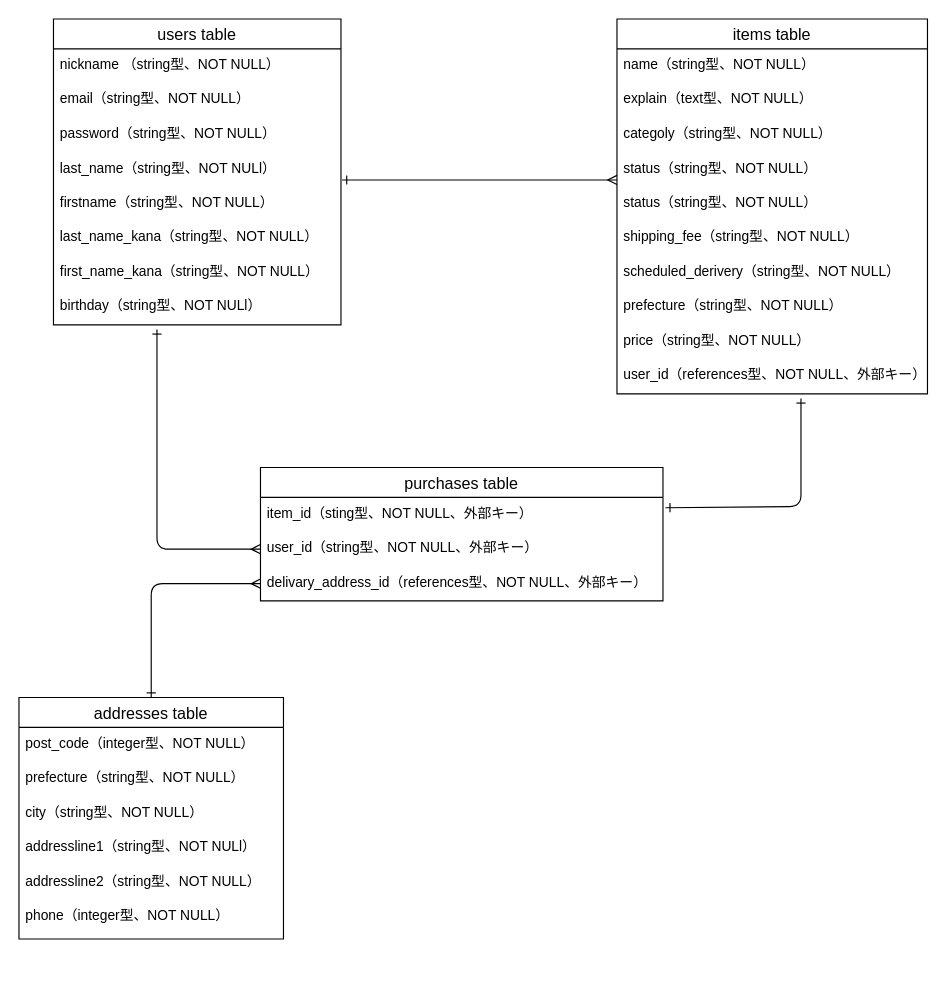
This is furima-ER.dio from wataru5354/furima-37692, a draw.io file, before an edit. Source tidied: cells renumbered, new cells numbered last; positions are measured from the earlier drawing's top-left corner, leaving out a move shared by most shapes. Both pictures are drawn from the tidied source at 115%, with x=0, y=0 at pixel (18, 18).
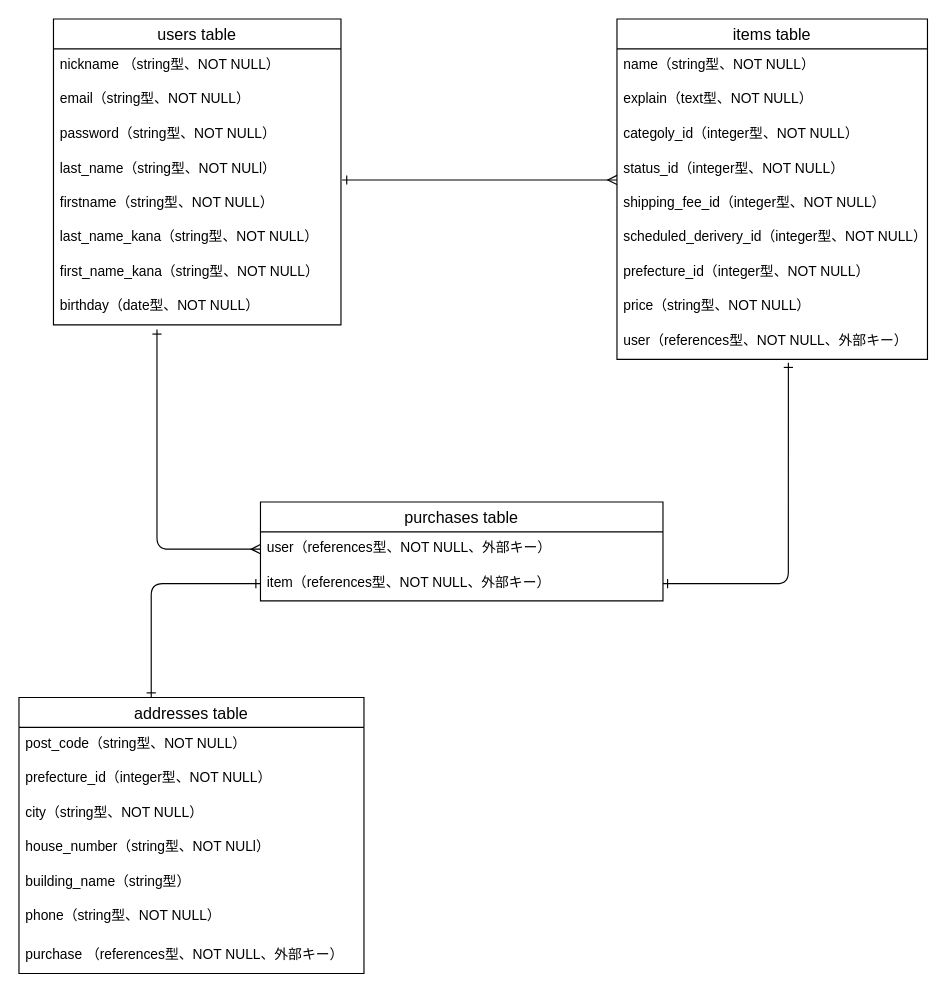
The same page after the edit.

Commit message (it also covers changes not shown here):
ER図とデータベース設計の再修正

The change refers to these unchanged cells:
```xml
<mxCell id="2" value="users table" style="swimlane;fontStyle=0;horizontal=1;startSize=26;align=center;fontSize=14;" parent="1" vertex="1">
  <mxGeometry x="30" width="250" height="266" as="geometry" />
</mxCell>
<mxCell id="6" value="last_name（string型、NOT NULl）" style="text;strokeColor=none;fillColor=none;spacingLeft=4;spacingRight=4;overflow=hidden;points=[[0,0.5],[1,0.5]];portConstraint=eastwest;fontSize=12;" parent="2" vertex="1">
  <mxGeometry y="116" width="250" height="30" as="geometry" />
</mxCell>
```

Change to the diagram source:
```diff
@@
-    <mxCell id="10" value="birthday（string型、NOT NULl）" style="text;strokeColor=none;fillColor=none;spacingLeft=4;spacingRight=4;overflow=hidden;fontSize=12;" parent="2" vertex="1">
+    <mxCell id="10" value="birthday（date型、NOT NULL）" style="text;strokeColor=none;fillColor=none;spacingLeft=4;spacingRight=4;overflow=hidden;fontSize=12;" parent="2" vertex="1">
       <mxGeometry y="236" width="250" height="30" as="geometry" />
     </mxCell>
     <mxCell id="11" value="items table" style="swimlane;fontStyle=0;horizontal=1;startSize=26;align=center;fontSize=14;" parent="1" vertex="1">
-      <mxGeometry x="520" width="270" height="326" as="geometry" />
+      <mxGeometry x="520" width="270" height="296" as="geometry" />
     </mxCell>
@@
-    <mxCell id="14" value="categoly（string型、NOT NULL）" style="text;strokeColor=none;fillColor=none;spacingLeft=4;spacingRight=4;overflow=hidden;fontSize=12;" parent="11" vertex="1">
+    <mxCell id="14" value="categoly_id（integer型、NOT NULL）" style="text;strokeColor=none;fillColor=none;spacingLeft=4;spacingRight=4;overflow=hidden;fontSize=12;" parent="11" vertex="1">
       <mxGeometry y="86" width="270" height="30" as="geometry" />
     </mxCell>
-    <mxCell id="15" value="status（string型、NOT NULL）" style="text;strokeColor=none;fillColor=none;spacingLeft=4;spacingRight=4;overflow=hidden;points=[[0,0.5],[1,0.5]];portConstraint=eastwest;fontSize=12;" parent="11" vertex="1">
-      <mxGeometry y="116" width="270" height="30" as="geometry" />
-    </mxCell>
-    <mxCell id="16" value="status（string型、NOT NULL）" style="text;strokeColor=none;fillColor=none;spacingLeft=4;spacingRight=4;overflow=hidden;fontSize=12;" parent="11" vertex="1">
-      <mxGeometry y="146" width="270" height="30" as="geometry" />
+    <mxCell id="16" value="status_id（integer型、NOT NULL）" style="text;strokeColor=none;fillColor=none;spacingLeft=4;spacingRight=4;overflow=hidden;fontSize=12;" parent="11" vertex="1">
+      <mxGeometry y="116" width="270" height="30" as="geometry" />
     </mxCell>
-    <mxCell id="17" value="shipping_fee（string型、NOT NULL）" style="text;strokeColor=none;fillColor=none;spacingLeft=4;spacingRight=4;overflow=hidden;fontSize=12;" parent="11" vertex="1">
-      <mxGeometry y="176" width="270" height="30" as="geometry" />
+    <mxCell id="17" value="shipping_fee_id（integer型、NOT NULL）" style="text;strokeColor=none;fillColor=none;spacingLeft=4;spacingRight=4;overflow=hidden;fontSize=12;" parent="11" vertex="1">
+      <mxGeometry y="146" width="270" height="30" as="geometry" />
     </mxCell>
-    <mxCell id="18" value="scheduled_derivery（string型、NOT NULL）" style="text;strokeColor=none;fillColor=none;spacingLeft=4;spacingRight=4;overflow=hidden;fontSize=12;" parent="11" vertex="1">
-      <mxGeometry y="206" width="270" height="30" as="geometry" />
+    <mxCell id="18" value="scheduled_derivery_id（integer型、NOT NULL）" style="text;strokeColor=none;fillColor=none;spacingLeft=4;spacingRight=4;overflow=hidden;fontSize=12;" parent="11" vertex="1">
+      <mxGeometry y="176" width="270" height="30" as="geometry" />
     </mxCell>
-    <mxCell id="19" value="prefecture（string型、NOT NULL）" style="text;strokeColor=none;fillColor=none;spacingLeft=4;spacingRight=4;overflow=hidden;fontSize=12;" parent="11" vertex="1">
-      <mxGeometry y="236" width="270" height="30" as="geometry" />
+    <mxCell id="19" value="prefecture_id（integer型、NOT NULL）" style="text;strokeColor=none;fillColor=none;spacingLeft=4;spacingRight=4;overflow=hidden;fontSize=12;" parent="11" vertex="1">
+      <mxGeometry y="206" width="270" height="30" as="geometry" />
     </mxCell>
     <mxCell id="20" value="price（string型、NOT NULL）" style="text;strokeColor=none;fillColor=none;spacingLeft=4;spacingRight=4;overflow=hidden;fontSize=12;" parent="11" vertex="1">
-      <mxGeometry y="266" width="270" height="30" as="geometry" />
+      <mxGeometry y="236" width="270" height="30" as="geometry" />
     </mxCell>
-    <mxCell id="21" value="user_id（references型、NOT NULL、外部キー）" style="text;strokeColor=none;fillColor=none;spacingLeft=4;spacingRight=4;overflow=hidden;points=[[0,0.5],[1,0.5]];portConstraint=eastwest;fontSize=12;" parent="11" vertex="1">
-      <mxGeometry y="296" width="270" height="30" as="geometry" />
+    <mxCell id="21" value="user（references型、NOT NULL、外部キー）" style="text;strokeColor=none;fillColor=none;spacingLeft=4;spacingRight=4;overflow=hidden;points=[[0,0.5],[1,0.5]];portConstraint=eastwest;fontSize=12;" parent="11" vertex="1">
+      <mxGeometry y="266" width="270" height="30" as="geometry" />
     </mxCell>
-    <mxCell id="22" style="edgeStyle=none;html=1;exitX=0;exitY=0.5;exitDx=0;exitDy=0;endArrow=ERone;endFill=0;startArrow=ERmany;startFill=0;" parent="1" edge="1" source="25">
+    <mxCell id="22" style="edgeStyle=none;html=1;exitX=0;exitY=0.5;exitDx=0;exitDy=0;endArrow=ERone;endFill=0;startArrow=ERmany;startFill=0;" parent="1" edge="1" source="37">
       <mxGeometry relative="1" as="geometry">
         <mxPoint x="120" y="270" as="targetPoint" />
         <Array as="points">
           <mxPoint x="120" y="461" />
         </Array>
       </mxGeometry>
     </mxCell>
     <mxCell id="23" value="purchases table" style="swimlane;fontStyle=0;horizontal=1;startSize=26;align=center;fontSize=14;" parent="1" vertex="1">
-      <mxGeometry x="210" y="390" width="350" height="116" as="geometry" />
+      <mxGeometry x="210" y="420" width="350" height="86" as="geometry" />
     </mxCell>
+    <mxCell id="37" value="user（references型、NOT NULL、外部キー）" style="text;strokeColor=none;fillColor=none;spacingLeft=4;spacingRight=4;overflow=hidden;points=[[0,0.5],[1,0.5]];portConstraint=eastwest;fontSize=12;" parent="23" vertex="1">
+      <mxGeometry y="26" width="350" height="30" as="geometry" />
+    </mxCell>
-    <mxCell id="24" value="item_id（sting型、NOT NULL、外部キー）" style="text;strokeColor=none;fillColor=none;spacingLeft=4;spacingRight=4;overflow=hidden;points=[[0,0.5],[1,0.5]];portConstraint=eastwest;fontSize=12;" parent="23" vertex="1">
-      <mxGeometry y="26" width="350" height="30" as="geometry" />
+    <mxCell id="24" value="item（references型、NOT NULL、外部キー）" style="text;strokeColor=none;fillColor=none;spacingLeft=4;spacingRight=4;overflow=hidden;points=[[0,0.5],[1,0.5]];portConstraint=eastwest;fontSize=12;" parent="23" vertex="1">
+      <mxGeometry y="56" width="350" height="30" as="geometry" />
     </mxCell>
-    <mxCell id="25" value="user_id（string型、NOT NULL、外部キー）" style="text;strokeColor=none;fillColor=none;spacingLeft=4;spacingRight=4;overflow=hidden;points=[[0,0.5],[1,0.5]];portConstraint=eastwest;fontSize=12;" parent="23" vertex="1">
-      <mxGeometry y="56" width="350" height="30" as="geometry" />
-    </mxCell>
-    <mxCell id="26" value="delivary_address_id（references型、NOT NULL、外部キー）" style="text;strokeColor=none;fillColor=none;spacingLeft=4;spacingRight=4;overflow=hidden;points=[[0,0.5],[1,0.5]];portConstraint=eastwest;fontSize=12;" parent="23" vertex="1">
-      <mxGeometry y="86" width="350" height="30" as="geometry" />
-    </mxCell>
-    <mxCell id="27" style="edgeStyle=none;html=1;exitX=1.004;exitY=0.8;exitDx=0;exitDy=0;exitPerimeter=0;entryX=0;entryY=0.8;entryDx=0;entryDy=0;entryPerimeter=0;startArrow=ERone;startFill=0;endArrow=ERmany;endFill=0;" parent="1" edge="1" source="6" target="15">
-      <mxGeometry relative="1" as="geometry" />
+    <mxCell id="27" style="edgeStyle=none;html=1;exitX=1.004;exitY=0.8;exitDx=0;exitDy=0;exitPerimeter=0;entryX=0;entryY=0.8;entryDx=0;entryDy=0;entryPerimeter=0;startArrow=ERone;startFill=0;endArrow=ERmany;endFill=0;" parent="1" edge="1" source="6">
+      <mxGeometry relative="1" as="geometry">
+        <mxPoint x="520" y="140" as="targetPoint" />
+      </mxGeometry>
     </mxCell>
     <mxCell id="28" value="addresses table" style="swimlane;fontStyle=0;horizontal=1;startSize=26;align=center;fontSize=14;" parent="1" vertex="1">
-      <mxGeometry y="590" width="230" height="210" as="geometry" />
+      <mxGeometry y="590" width="300" height="240" as="geometry" />
     </mxCell>
-    <mxCell id="29" value="post_code（integer型、NOT NULL）" style="text;strokeColor=none;fillColor=none;spacingLeft=4;spacingRight=4;overflow=hidden;fontSize=12;" parent="28" vertex="1">
-      <mxGeometry y="26" width="230" height="30" as="geometry" />
+    <mxCell id="29" value="post_code（string型、NOT NULL）" style="text;strokeColor=none;fillColor=none;spacingLeft=4;spacingRight=4;overflow=hidden;fontSize=12;" parent="28" vertex="1">
+      <mxGeometry y="26" width="300" height="30" as="geometry" />
     </mxCell>
-    <mxCell id="30" value="prefecture（string型、NOT NULL）" style="text;strokeColor=none;fillColor=none;spacingLeft=4;spacingRight=4;overflow=hidden;fontSize=12;" parent="28" vertex="1">
-      <mxGeometry y="56" width="230" height="30" as="geometry" />
+    <mxCell id="30" value="prefecture_id（integer型、NOT NULL）" style="text;strokeColor=none;fillColor=none;spacingLeft=4;spacingRight=4;overflow=hidden;fontSize=12;" parent="28" vertex="1">
+      <mxGeometry y="56" width="300" height="30" as="geometry" />
     </mxCell>
     <mxCell id="31" value="city（string型、NOT NULL）" style="text;strokeColor=none;fillColor=none;spacingLeft=4;spacingRight=4;overflow=hidden;fontSize=12;" parent="28" vertex="1">
-      <mxGeometry y="86" width="230" height="30" as="geometry" />
+      <mxGeometry y="86" width="300" height="30" as="geometry" />
     </mxCell>
-    <mxCell id="32" value="addressline1（string型、NOT NULl）" style="text;strokeColor=none;fillColor=none;spacingLeft=4;spacingRight=4;overflow=hidden;fontSize=12;" parent="28" vertex="1">
-      <mxGeometry y="116" width="230" height="30" as="geometry" />
+    <mxCell id="32" value="house_number（string型、NOT NULl）" style="text;strokeColor=none;fillColor=none;spacingLeft=4;spacingRight=4;overflow=hidden;fontSize=12;" parent="28" vertex="1">
+      <mxGeometry y="116" width="300" height="30" as="geometry" />
     </mxCell>
-    <mxCell id="33" value="addressline2（string型、NOT NULL）" style="text;strokeColor=none;fillColor=none;spacingLeft=4;spacingRight=4;overflow=hidden;fontSize=12;" parent="28" vertex="1">
-      <mxGeometry y="146" width="230" height="30" as="geometry" />
+    <mxCell id="33" value="building_name（string型）" style="text;strokeColor=none;fillColor=none;spacingLeft=4;spacingRight=4;overflow=hidden;fontSize=12;" parent="28" vertex="1">
+      <mxGeometry y="146" width="300" height="30" as="geometry" />
     </mxCell>
-    <mxCell id="34" value="phone（integer型、NOT NULL）" style="text;strokeColor=none;fillColor=none;spacingLeft=4;spacingRight=4;overflow=hidden;fontSize=12;" parent="28" vertex="1">
-      <mxGeometry y="176" width="230" height="34" as="geometry" />
+    <mxCell id="34" value="phone（string型、NOT NULL）" style="text;strokeColor=none;fillColor=none;spacingLeft=4;spacingRight=4;overflow=hidden;fontSize=12;" parent="28" vertex="1">
+      <mxGeometry y="176" width="300" height="34" as="geometry" />
     </mxCell>
-    <mxCell id="35" style="edgeStyle=none;html=1;exitX=1.006;exitY=0.3;exitDx=0;exitDy=0;startArrow=ERone;startFill=0;endArrow=ERone;endFill=0;exitPerimeter=0;" parent="1" edge="1">
-      <mxGeometry relative="1" as="geometry">
-        <mxPoint x="562.1" y="425" as="sourcePoint" />
-        <mxPoint x="680" y="330" as="targetPoint" />
-        <Array as="points">
-          <mxPoint x="680" y="424" />
-        </Array>
-      </mxGeometry>
-    </mxCell>
+    <mxCell id="38" value="purchase （references型、NOT NULL、外部キー）" style="text;strokeColor=none;fillColor=none;spacingLeft=4;spacingRight=4;overflow=hidden;fontSize=12;" parent="28" vertex="1">
+      <mxGeometry y="210" width="300" height="30" as="geometry" />
+    </mxCell>
-    <mxCell id="36" style="edgeStyle=none;html=1;exitX=0;exitY=0.5;exitDx=0;exitDy=0;entryX=0.5;entryY=0;entryDx=0;entryDy=0;startArrow=ERmany;startFill=0;endArrow=ERone;endFill=0;" parent="1" edge="1" source="26" target="28">
+    <mxCell id="36" style="edgeStyle=none;html=1;exitX=0;exitY=0.5;exitDx=0;exitDy=0;startArrow=ERone;startFill=0;endArrow=ERone;endFill=0;" parent="1" edge="1">
       <mxGeometry relative="1" as="geometry">
+        <mxPoint x="210" y="491" as="sourcePoint" />
+        <mxPoint x="115" y="590" as="targetPoint" />
         <Array as="points">
           <mxPoint x="115" y="491" />
         </Array>
       </mxGeometry>
     </mxCell>
+    <mxCell id="39" style="edgeStyle=none;html=1;exitX=1;exitY=0.5;exitDx=0;exitDy=0;entryX=0.552;entryY=1.1;entryDx=0;entryDy=0;entryPerimeter=0;startArrow=ERone;startFill=0;endArrow=ERone;endFill=0;" parent="1" edge="1" source="24" target="21">
+      <mxGeometry relative="1" as="geometry">
+        <Array as="points">
+          <mxPoint x="669" y="491" />
+        </Array>
+      </mxGeometry>
+    </mxCell>
```
